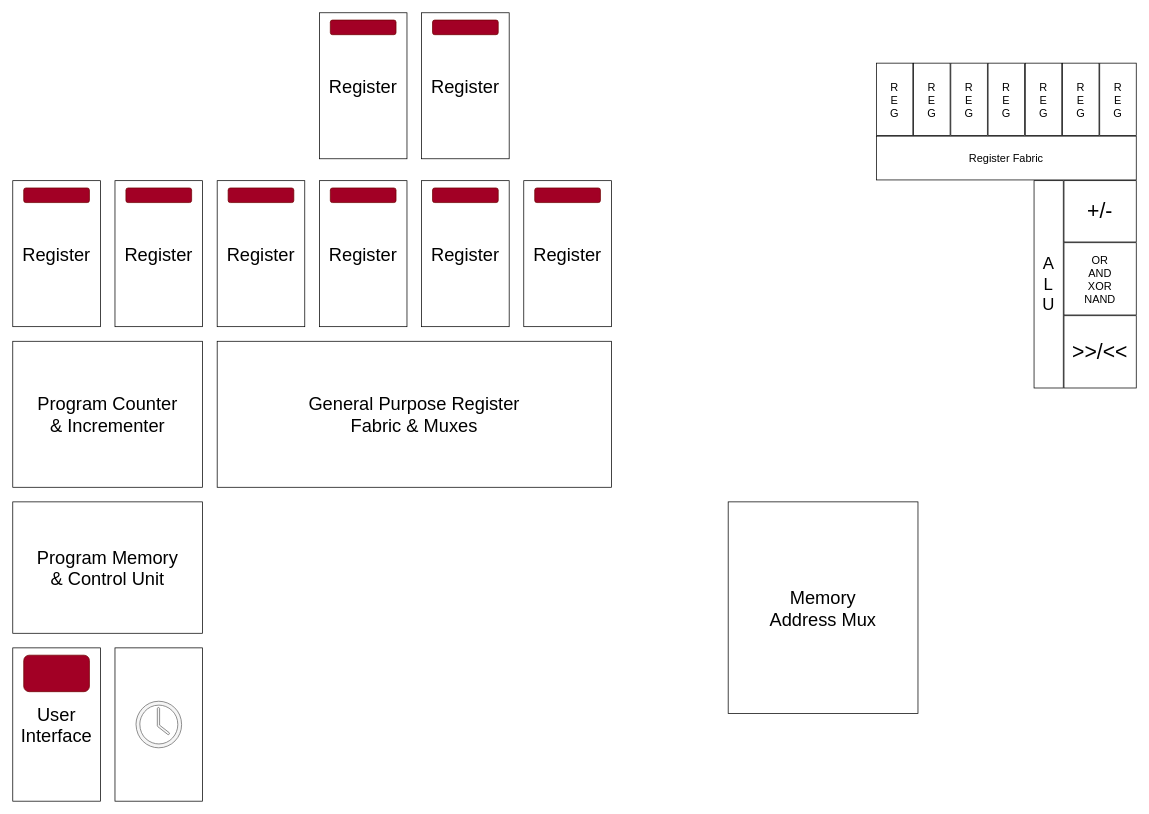
This is hardware/documentation/layout.dio from kantholz44mm/cpu, a draw.io file, before an edit. Source tidied: cells renumbered, new cells numbered last; positions are measured from the earlier drawing's top-left corner, leaving out a move shared by most shapes. Both pictures are drawn from the tidied source at 73%, with x=0, y=0 at pixel (12, 12).
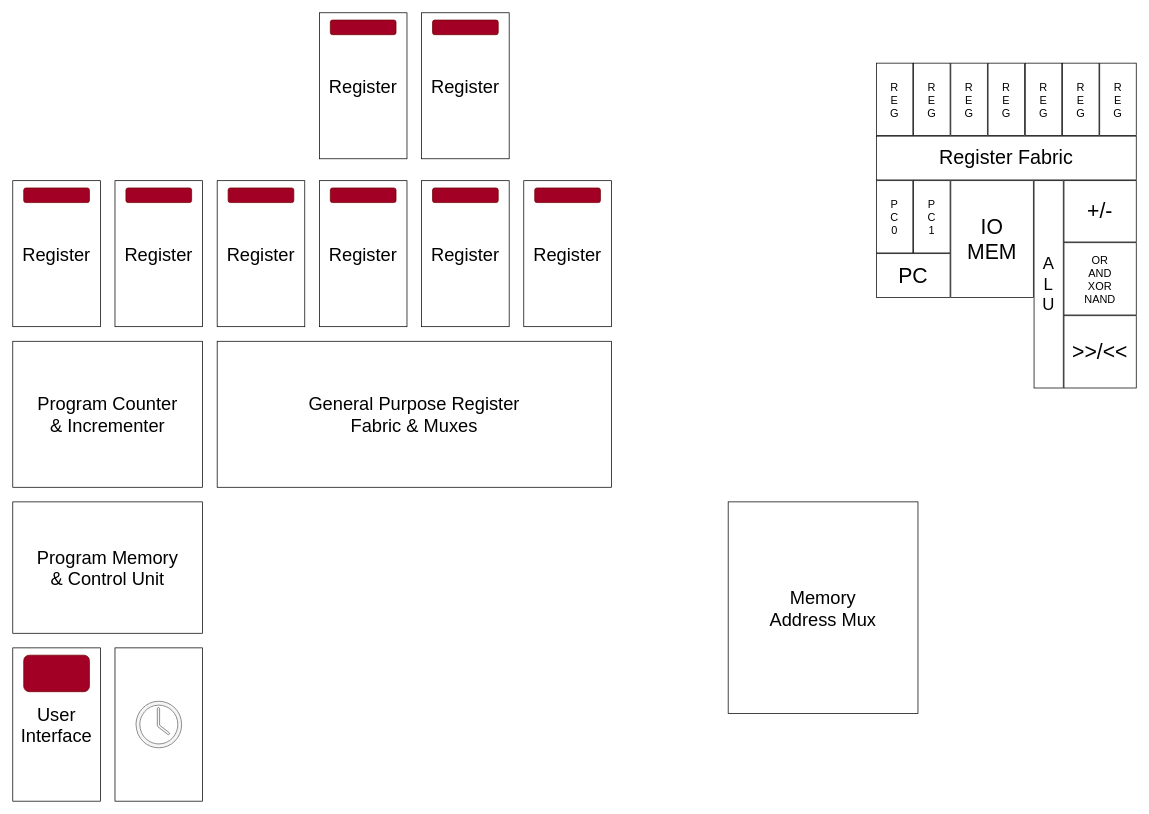
Above is the later version.

Commit message:
finished PCB assembly layout

Change to the diagram source:
```diff
@@
-    <mxCell id="37" value="Register Fabric" style="rounded=0;whiteSpace=wrap;html=1;fontSize=15;" parent="1" vertex="1">
+    <mxCell id="37" value="Register Fabric" style="rounded=0;whiteSpace=wrap;html=1;fontSize=27;" parent="1" vertex="1">
       <mxGeometry x="1183" y="169" width="356" height="60" as="geometry" />
     </mxCell>
+    <mxCell id="38" value="P&lt;div&gt;C&lt;/div&gt;&lt;div&gt;1&lt;/div&gt;" style="rounded=0;whiteSpace=wrap;html=1;fontSize=15;" parent="1" vertex="1">
+      <mxGeometry x="1234" y="230" width="50" height="99" as="geometry" />
+    </mxCell>
+    <mxCell id="39" value="P&lt;div&gt;C&lt;/div&gt;&lt;div&gt;0&lt;/div&gt;" style="rounded=0;whiteSpace=wrap;html=1;fontSize=15;" parent="1" vertex="1">
+      <mxGeometry x="1183" y="230" width="50" height="99" as="geometry" />
+    </mxCell>
+    <mxCell id="40" value="&lt;font&gt;PC&lt;/font&gt;" style="rounded=0;whiteSpace=wrap;html=1;fontSize=29;" parent="1" vertex="1">
+      <mxGeometry x="1183" y="330" width="101" height="60" as="geometry" />
+    </mxCell>
+    <mxCell id="41" value="&lt;font&gt;IO&lt;/font&gt;&lt;div&gt;&lt;font&gt;MEM&lt;/font&gt;&lt;/div&gt;" style="rounded=0;whiteSpace=wrap;html=1;fontSize=29;" parent="1" vertex="1">
+      <mxGeometry x="1285" y="230" width="113" height="160" as="geometry" />
+    </mxCell>
```
